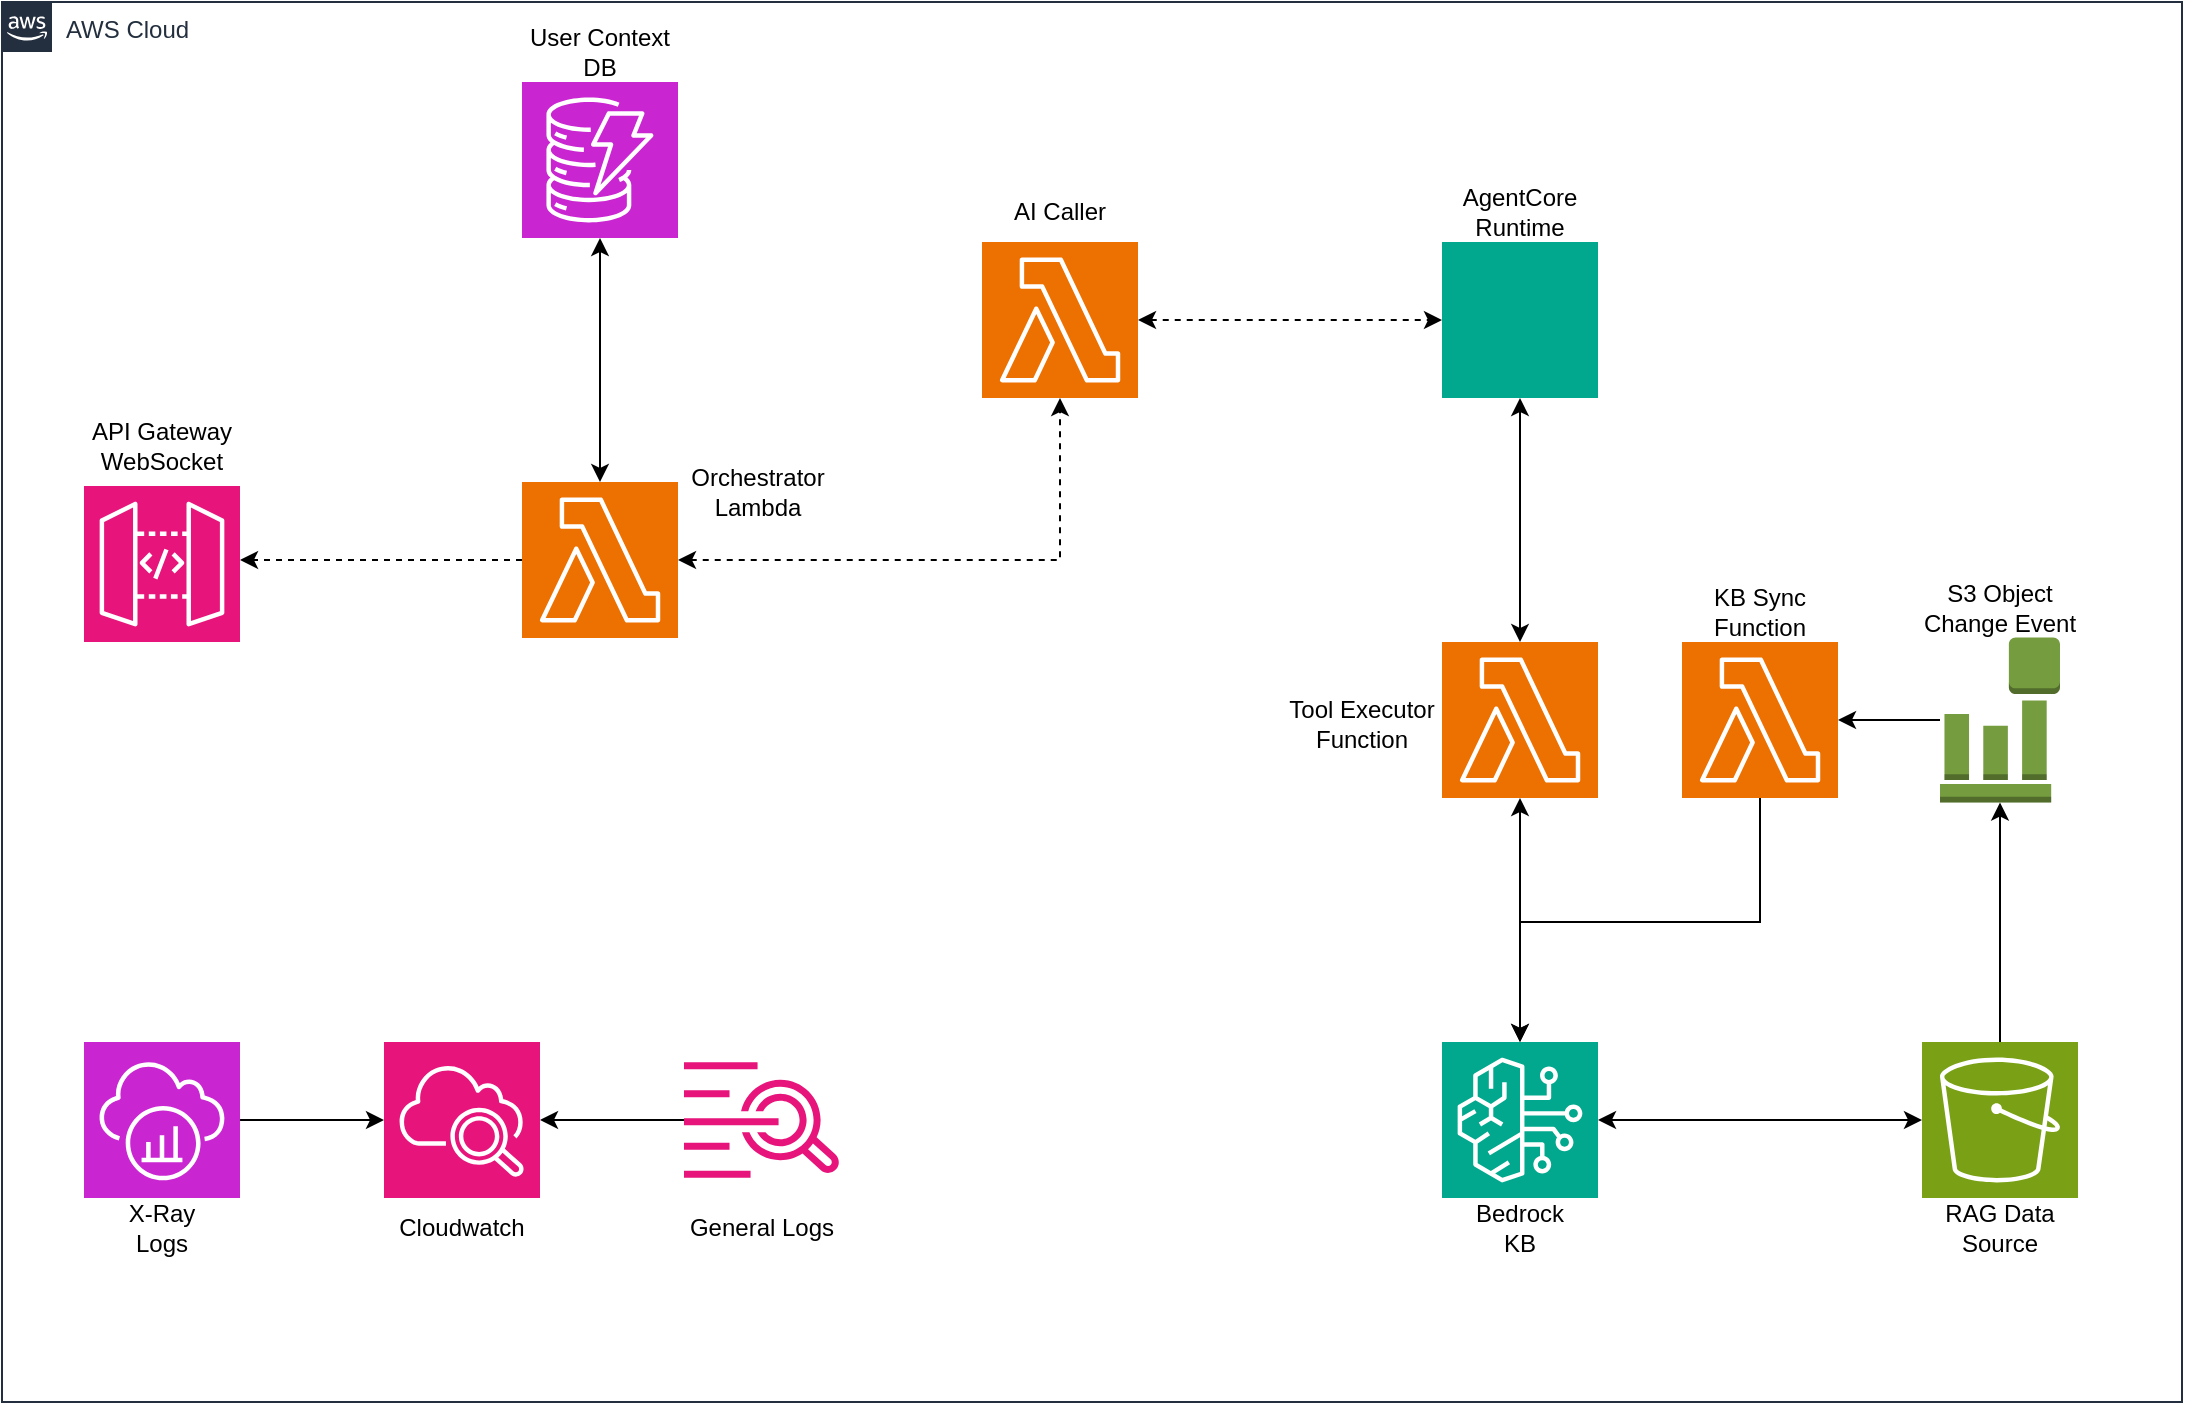
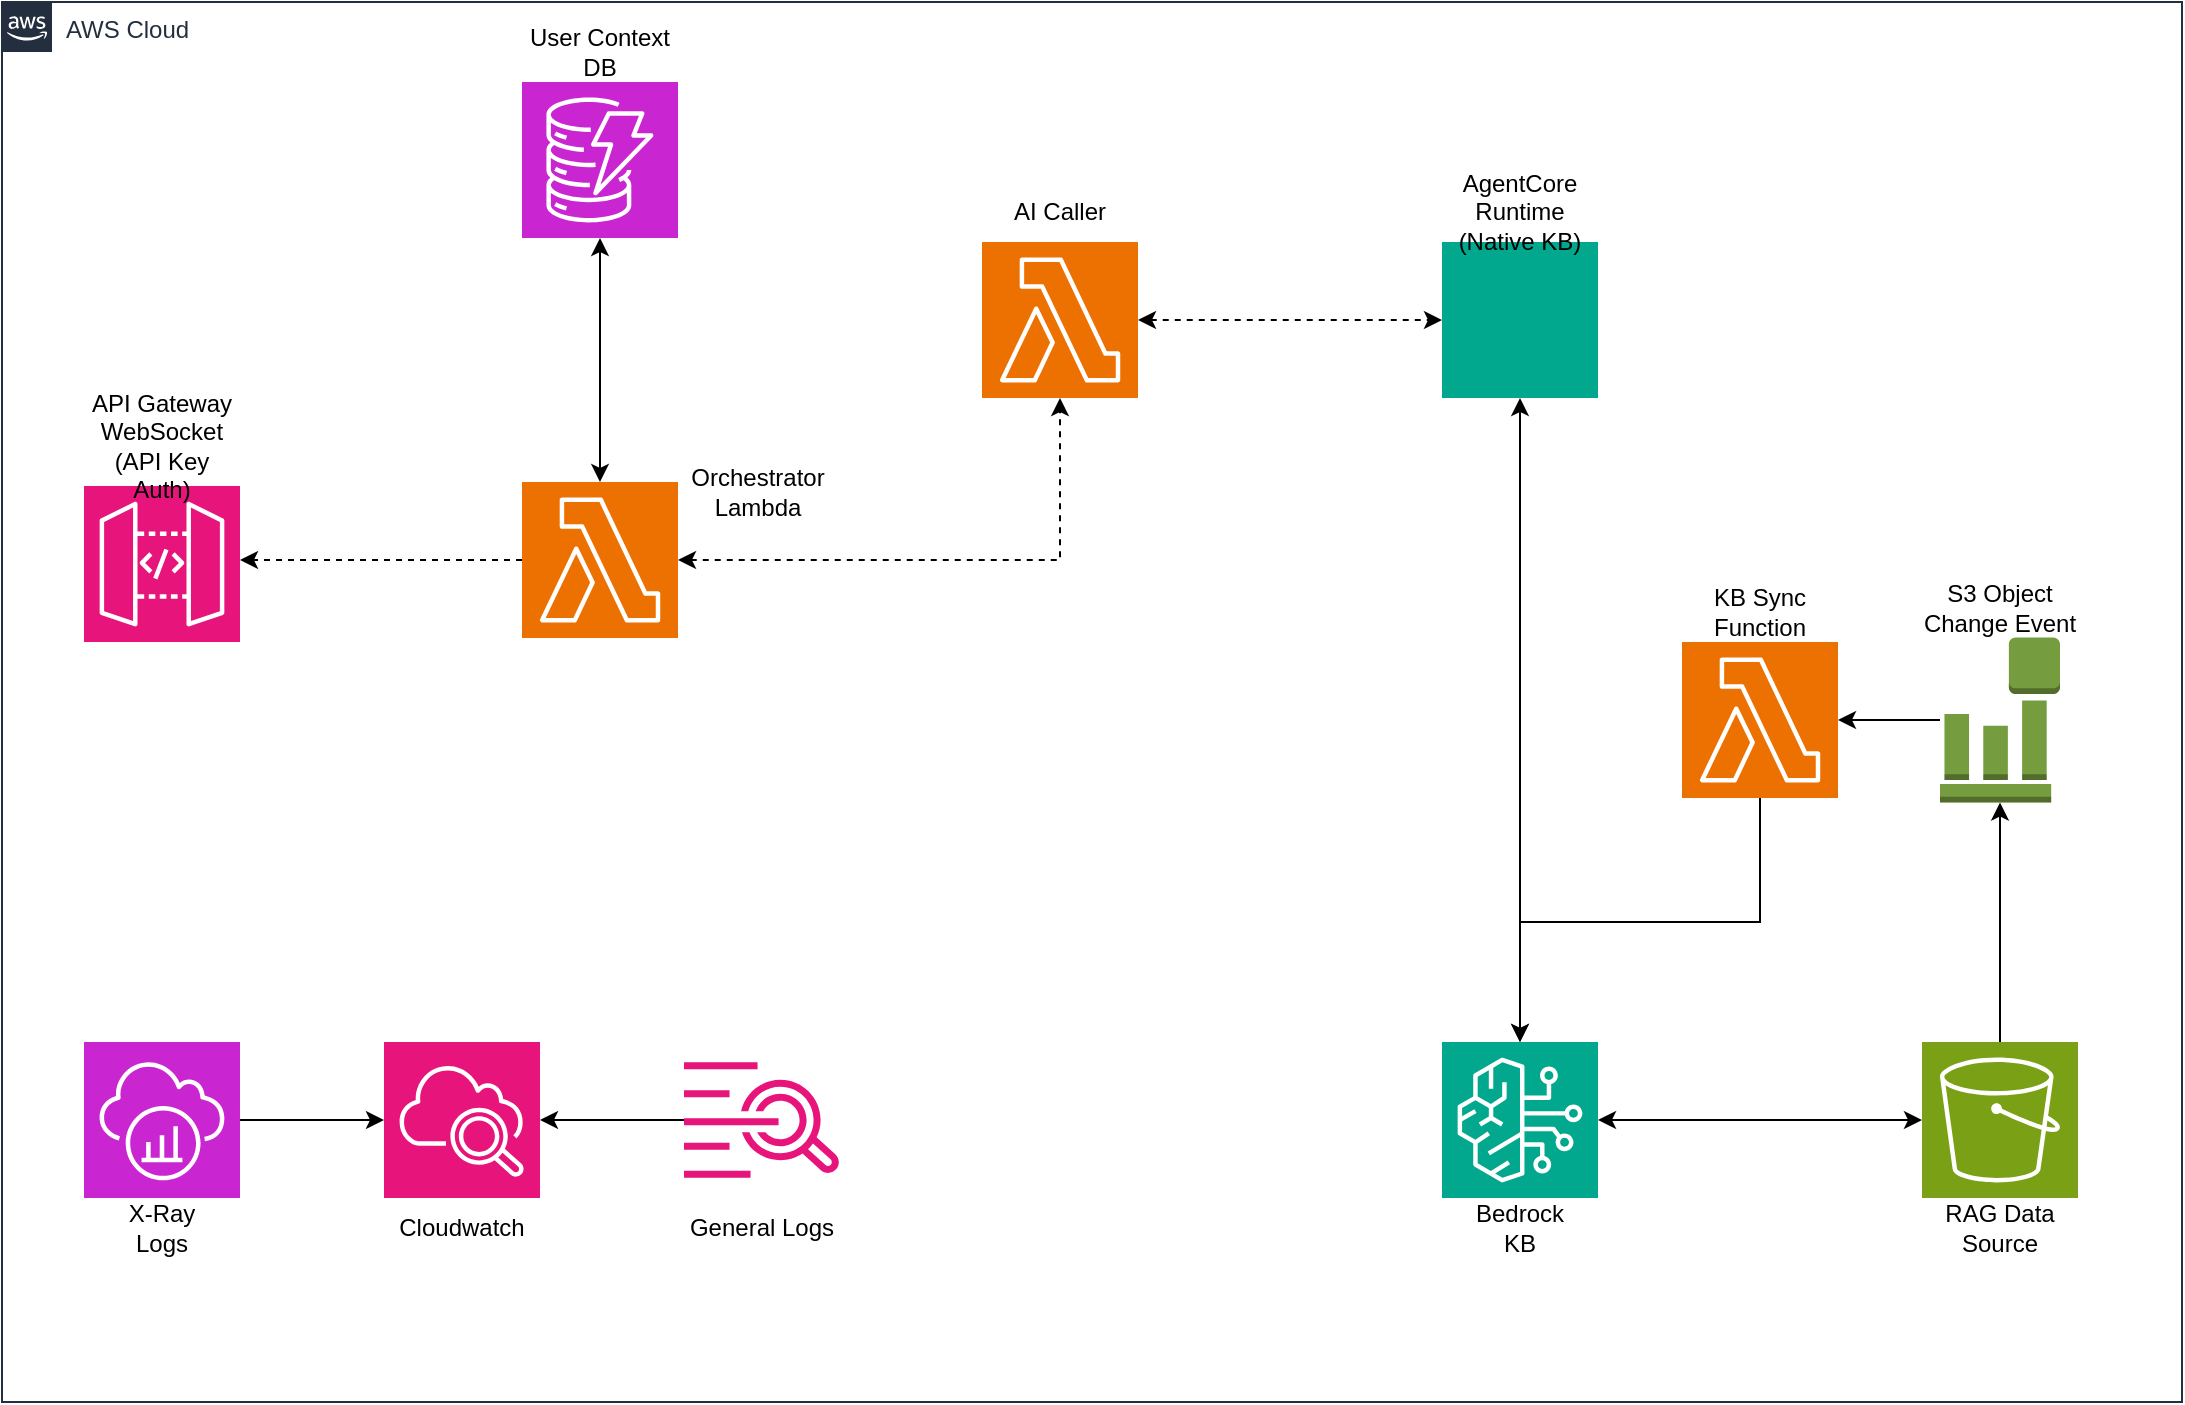
<mxfile host="Electron">
  <diagram name="Página-1" id="agentcore-ws-streaming">
    <mxGraphModel dx="2553" dy="1069" grid="1" gridSize="10" guides="1" tooltips="1" connect="1" arrows="1" fold="1" page="1" pageScale="1" pageWidth="827" pageHeight="1169" math="0" shadow="0">
      <root>
        <mxCell id="0" />
        <mxCell id="1" parent="0" />
        <mxCell id="aws-cloud" parent="1" style="points=[[0,0],[0.25,0],[0.5,0],[0.75,0],[1,0],[1,0.25],[1,0.5],[1,0.75],[1,1],[0.75,1],[0.5,1],[0.25,1],[0,1],[0,0.75],[0,0.5],[0,0.25]];outlineConnect=0;gradientColor=none;html=1;whiteSpace=wrap;fontSize=12;fontStyle=0;container=0;pointerEvents=0;collapsible=0;recursiveResize=0;shape=mxgraph.aws4.group;grIcon=mxgraph.aws4.group_aws_cloud_alt;strokeColor=#232F3E;fillColor=none;verticalAlign=top;align=left;spacingLeft=30;fontColor=#232F3E;dashed=0;" value="AWS Cloud" vertex="1">
          <mxGeometry height="700" width="1090" x="360" y="160" as="geometry" />
        </mxCell>
        <mxCell id="apigw" parent="1" style="sketch=0;points=[[0,0,0],[0.25,0,0],[0.5,0,0],[0.75,0,0],[1,0,0],[0,1,0],[0.25,1,0],[0.5,1,0],[0.75,1,0],[1,1,0],[0,0.25,0],[0,0.5,0],[0,0.75,0],[1,0.25,0],[1,0.5,0],[1,0.75,0]];outlineConnect=0;fontColor=#232F3E;fillColor=#E7157B;strokeColor=#ffffff;dashed=0;verticalLabelPosition=bottom;verticalAlign=top;align=center;html=1;fontSize=12;fontStyle=0;aspect=fixed;shape=mxgraph.aws4.resourceIcon;resIcon=mxgraph.aws4.api_gateway;" value="" vertex="1">
          <mxGeometry height="78" width="78" x="401" y="402" as="geometry" />
        </mxCell>
-         <mxCell id="apigw-label" parent="1" style="text;html=1;whiteSpace=wrap;strokeColor=none;fillColor=none;align=center;verticalAlign=middle;rounded=0;" value="API Gateway WebSocket" vertex="1">
+         <mxCell id="apigw-label" parent="1" style="text;html=1;whiteSpace=wrap;strokeColor=none;fillColor=none;align=center;verticalAlign=middle;rounded=0;" value="API Gateway WebSocket&#xa;(API Key Auth)" vertex="1">
          <mxGeometry height="40" width="80" x="400" y="362" as="geometry" />
        </mxCell>
        <mxCell id="orchestrator" parent="1" style="sketch=0;points=[[0,0,0],[0.25,0,0],[0.5,0,0],[0.75,0,0],[1,0,0],[0,1,0],[0.25,1,0],[0.5,1,0],[0.75,1,0],[1,1,0],[0,0.25,0],[0,0.5,0],[0,0.75,0],[1,0.25,0],[1,0.5,0],[1,0.75,0]];outlineConnect=0;fontColor=#232F3E;fillColor=#ED7100;strokeColor=#ffffff;dashed=0;verticalLabelPosition=bottom;verticalAlign=top;align=center;html=1;fontSize=12;fontStyle=0;aspect=fixed;shape=mxgraph.aws4.resourceIcon;resIcon=mxgraph.aws4.lambda;" value="" vertex="1">
          <mxGeometry height="78" width="78" x="620" y="400" as="geometry" />
        </mxCell>
        <mxCell id="orchestrator-label" parent="1" style="text;html=1;whiteSpace=wrap;strokeColor=none;fillColor=none;align=center;verticalAlign=middle;rounded=0;" value="Orchestrator Lambda" vertex="1">
          <mxGeometry height="30" width="80" x="698" y="390" as="geometry" />
        </mxCell>
        <mxCell id="ai-caller" parent="1" style="sketch=0;points=[[0,0,0],[0.25,0,0],[0.5,0,0],[0.75,0,0],[1,0,0],[0,1,0],[0.25,1,0],[0.5,1,0],[0.75,1,0],[1,1,0],[0,0.25,0],[0,0.5,0],[0,0.75,0],[1,0.25,0],[1,0.5,0],[1,0.75,0]];outlineConnect=0;fontColor=#232F3E;fillColor=#ED7100;strokeColor=#ffffff;dashed=0;verticalLabelPosition=bottom;verticalAlign=top;align=center;html=1;fontSize=12;fontStyle=0;aspect=fixed;shape=mxgraph.aws4.resourceIcon;resIcon=mxgraph.aws4.lambda;" value="" vertex="1">
          <mxGeometry height="78" width="78" x="850" y="280" as="geometry" />
        </mxCell>
        <mxCell id="ai-caller-label" parent="1" style="text;html=1;whiteSpace=wrap;strokeColor=none;fillColor=none;align=center;verticalAlign=middle;rounded=0;" value="AI Caller" vertex="1">
          <mxGeometry height="30" width="60" x="859" y="250" as="geometry" />
        </mxCell>
        <mxCell id="agentcore" parent="1" style="sketch=0;points=[[0,0,0],[0.25,0,0],[0.5,0,0],[0.75,0,0],[1,0,0],[0,1,0],[0.25,1,0],[0.5,1,0],[0.75,1,0],[1,1,0],[0,0.25,0],[0,0.5,0],[0,0.75,0],[1,0.25,0],[1,0.5,0],[1,0.75,0]];outlineConnect=0;fontColor=#232F3E;fillColor=#01A88D;strokeColor=#ffffff;dashed=0;verticalLabelPosition=bottom;verticalAlign=top;align=center;html=1;fontSize=12;fontStyle=0;aspect=fixed;shape=mxgraph.aws4.resourceIcon;resIcon=mxgraph.aws4.bedrock_agentcore;" value="" vertex="1">
          <mxGeometry height="78" width="78" x="1080" y="280" as="geometry" />
        </mxCell>
-         <mxCell id="agentcore-label" parent="1" style="text;html=1;whiteSpace=wrap;strokeColor=none;fillColor=none;align=center;verticalAlign=middle;rounded=0;" value="AgentCore Runtime" vertex="1">
+         <mxCell id="agentcore-label" parent="1" style="text;html=1;whiteSpace=wrap;strokeColor=none;fillColor=none;align=center;verticalAlign=middle;rounded=0;" value="AgentCore Runtime&#xa;(Native KB)" vertex="1">
          <mxGeometry height="30" width="80" x="1079" y="250" as="geometry" />
        </mxCell>
-         <mxCell id="tool-executor" parent="1" style="sketch=0;points=[[0,0,0],[0.25,0,0],[0.5,0,0],[0.75,0,0],[1,0,0],[0,1,0],[0.25,1,0],[0.5,1,0],[0.75,1,0],[1,1,0],[0,0.25,0],[0,0.5,0],[0,0.75,0],[1,0.25,0],[1,0.5,0],[1,0.75,0]];outlineConnect=0;fontColor=#232F3E;fillColor=#ED7100;strokeColor=#ffffff;dashed=0;verticalLabelPosition=bottom;verticalAlign=top;align=center;html=1;fontSize=12;fontStyle=0;aspect=fixed;shape=mxgraph.aws4.resourceIcon;resIcon=mxgraph.aws4.lambda;" value="" vertex="1">
-           <mxGeometry height="78" width="78" x="1080" y="480" as="geometry" />
-         </mxCell>
-         <mxCell id="tool-executor-label" parent="1" style="text;html=1;whiteSpace=wrap;strokeColor=none;fillColor=none;align=center;verticalAlign=middle;rounded=0;" value="Tool Executor Function" vertex="1">
-           <mxGeometry height="40" width="80" x="1000" y="501.25" as="geometry" />
-         </mxCell>
+ 
        <mxCell id="dynamo-context" parent="1" style="sketch=0;points=[[0,0,0],[0.25,0,0],[0.5,0,0],[0.75,0,0],[1,0,0],[0,1,0],[0.25,1,0],[0.5,1,0],[0.75,1,0],[1,1,0],[0,0.25,0],[0,0.5,0],[0,0.75,0],[1,0.25,0],[1,0.5,0],[1,0.75,0]];outlineConnect=0;fontColor=#232F3E;fillColor=#C925D1;strokeColor=#ffffff;dashed=0;verticalLabelPosition=bottom;verticalAlign=top;align=center;html=1;fontSize=12;fontStyle=0;aspect=fixed;shape=mxgraph.aws4.resourceIcon;resIcon=mxgraph.aws4.dynamodb;" value="" vertex="1">
          <mxGeometry height="78" width="78" x="620" y="200" as="geometry" />
        </mxCell>
        <mxCell id="dynamo-context-label" parent="1" style="text;html=1;whiteSpace=wrap;strokeColor=none;fillColor=none;align=center;verticalAlign=middle;rounded=0;" value="User Context DB" vertex="1">
          <mxGeometry height="30" width="80" x="619" y="170" as="geometry" />
        </mxCell>
        <mxCell id="bedrock-kb" parent="1" style="sketch=0;points=[[0,0,0],[0.25,0,0],[0.5,0,0],[0.75,0,0],[1,0,0],[0,1,0],[0.25,1,0],[0.5,1,0],[0.75,1,0],[1,1,0],[0,0.25,0],[0,0.5,0],[0,0.75,0],[1,0.25,0],[1,0.5,0],[1,0.75,0]];outlineConnect=0;fontColor=#232F3E;fillColor=#01A88D;strokeColor=#ffffff;dashed=0;verticalLabelPosition=bottom;verticalAlign=top;align=center;html=1;fontSize=12;fontStyle=0;aspect=fixed;shape=mxgraph.aws4.resourceIcon;resIcon=mxgraph.aws4.bedrock;" value="" vertex="1">
          <mxGeometry height="78" width="78" x="1080" y="680" as="geometry" />
        </mxCell>
        <mxCell id="bedrock-kb-label" parent="1" style="text;html=1;whiteSpace=wrap;strokeColor=none;fillColor=none;align=center;verticalAlign=middle;rounded=0;" value="Bedrock KB" vertex="1">
          <mxGeometry height="30" width="60" x="1089" y="758" as="geometry" />
        </mxCell>
        <mxCell id="s3-rag" parent="1" style="sketch=0;points=[[0,0,0],[0.25,0,0],[0.5,0,0],[0.75,0,0],[1,0,0],[0,1,0],[0.25,1,0],[0.5,1,0],[0.75,1,0],[1,1,0],[0,0.25,0],[0,0.5,0],[0,0.75,0],[1,0.25,0],[1,0.5,0],[1,0.75,0]];outlineConnect=0;fontColor=#232F3E;fillColor=#7AA116;strokeColor=#ffffff;dashed=0;verticalLabelPosition=bottom;verticalAlign=top;align=center;html=1;fontSize=12;fontStyle=0;aspect=fixed;shape=mxgraph.aws4.resourceIcon;resIcon=mxgraph.aws4.s3;" value="" vertex="1">
          <mxGeometry height="78" width="78" x="1320" y="680" as="geometry" />
        </mxCell>
        <mxCell id="s3-rag-label" parent="1" style="text;html=1;whiteSpace=wrap;strokeColor=none;fillColor=none;align=center;verticalAlign=middle;rounded=0;" value="RAG Data Source" vertex="1">
          <mxGeometry height="30" width="80" x="1319" y="758" as="geometry" />
        </mxCell>
        <mxCell id="s3-event" parent="1" style="outlineConnect=0;dashed=0;verticalLabelPosition=bottom;verticalAlign=top;align=center;html=1;shape=mxgraph.aws3.event_event_based;fillColor=#759C3E;gradientColor=none;" value="" vertex="1">
          <mxGeometry height="82.5" width="60" x="1329" y="477.75" as="geometry" />
        </mxCell>
        <mxCell id="s3-event-label" parent="1" style="text;html=1;whiteSpace=wrap;strokeColor=none;fillColor=none;align=center;verticalAlign=middle;rounded=0;" value="S3 Object Change Event" vertex="1">
          <mxGeometry height="30" width="80" x="1319" y="448" as="geometry" />
        </mxCell>
        <mxCell id="kb-sync" parent="1" style="sketch=0;points=[[0,0,0],[0.25,0,0],[0.5,0,0],[0.75,0,0],[1,0,0],[0,1,0],[0.25,1,0],[0.5,1,0],[0.75,1,0],[1,1,0],[0,0.25,0],[0,0.5,0],[0,0.75,0],[1,0.25,0],[1,0.5,0],[1,0.75,0]];outlineConnect=0;fontColor=#232F3E;fillColor=#ED7100;strokeColor=#ffffff;dashed=0;verticalLabelPosition=bottom;verticalAlign=top;align=center;html=1;fontSize=12;fontStyle=0;aspect=fixed;shape=mxgraph.aws4.resourceIcon;resIcon=mxgraph.aws4.lambda;" value="" vertex="1">
          <mxGeometry height="78" width="78" x="1200" y="480" as="geometry" />
        </mxCell>
        <mxCell id="kb-sync-label" parent="1" style="text;html=1;whiteSpace=wrap;strokeColor=none;fillColor=none;align=center;verticalAlign=middle;rounded=0;" value="KB Sync Function" vertex="1">
          <mxGeometry height="30" width="80" x="1199" y="450" as="geometry" />
        </mxCell>
        <mxCell id="cloudwatch" parent="1" style="sketch=0;points=[[0,0,0],[0.25,0,0],[0.5,0,0],[0.75,0,0],[1,0,0],[0,1,0],[0.25,1,0],[0.5,1,0],[0.75,1,0],[1,1,0],[0,0.25,0],[0,0.5,0],[0,0.75,0],[1,0.25,0],[1,0.5,0],[1,0.75,0]];outlineConnect=0;fontColor=#232F3E;fillColor=#E7157B;strokeColor=#ffffff;dashed=0;verticalLabelPosition=bottom;verticalAlign=top;align=center;html=1;fontSize=12;fontStyle=0;aspect=fixed;shape=mxgraph.aws4.resourceIcon;resIcon=mxgraph.aws4.cloudwatch_2;" value="" vertex="1">
          <mxGeometry height="78" width="78" x="551" y="680" as="geometry" />
        </mxCell>
        <mxCell id="cloudwatch-label" parent="1" style="text;html=1;whiteSpace=wrap;strokeColor=none;fillColor=none;align=center;verticalAlign=middle;rounded=0;" value="Cloudwatch" vertex="1">
          <mxGeometry height="30" width="72" x="554" y="758" as="geometry" />
        </mxCell>
        <mxCell id="xray" parent="1" style="sketch=0;points=[[0,0,0],[0.25,0,0],[0.5,0,0],[0.75,0,0],[1,0,0],[0,1,0],[0.25,1,0],[0.5,1,0],[0.75,1,0],[1,1,0],[0,0.25,0],[0,0.5,0],[0,0.75,0],[1,0.25,0],[1,0.5,0],[1,0.75,0]];outlineConnect=0;fontColor=#232F3E;fillColor=#C925D1;strokeColor=#ffffff;dashed=0;verticalLabelPosition=bottom;verticalAlign=top;align=center;html=1;fontSize=12;fontStyle=0;aspect=fixed;shape=mxgraph.aws4.resourceIcon;resIcon=mxgraph.aws4.xray;" value="" vertex="1">
          <mxGeometry height="78" width="78" x="401" y="680" as="geometry" />
        </mxCell>
        <mxCell id="xray-label" parent="1" style="text;html=1;whiteSpace=wrap;strokeColor=none;fillColor=none;align=center;verticalAlign=middle;rounded=0;" value="X-Ray Logs" vertex="1">
          <mxGeometry height="30" width="60" x="410" y="758" as="geometry" />
        </mxCell>
        <mxCell id="cw-logs" parent="1" style="sketch=0;outlineConnect=0;fontColor=#232F3E;gradientColor=none;fillColor=#E7157B;strokeColor=none;dashed=0;verticalLabelPosition=bottom;verticalAlign=top;align=center;html=1;fontSize=12;fontStyle=0;aspect=fixed;pointerEvents=1;shape=mxgraph.aws4.cloudwatch_logs;" value="" vertex="1">
          <mxGeometry height="58" width="78" x="701" y="690" as="geometry" />
        </mxCell>
        <mxCell id="cw-logs-label" parent="1" style="text;html=1;whiteSpace=wrap;strokeColor=none;fillColor=none;align=center;verticalAlign=middle;rounded=0;" value="General Logs" vertex="1">
          <mxGeometry height="30" width="80" x="700" y="758" as="geometry" />
        </mxCell>
        <mxCell id="e4" edge="1" parent="1" source="orchestrator" style="edgeStyle=orthogonalEdgeStyle;rounded=0;orthogonalLoop=1;jettySize=auto;html=1;startArrow=classic;startFill=1;dashed=1;" target="ai-caller">
          <mxGeometry relative="1" as="geometry" />
        </mxCell>
        <mxCell id="e5" edge="1" parent="1" source="ai-caller" style="edgeStyle=orthogonalEdgeStyle;rounded=0;orthogonalLoop=1;jettySize=auto;html=1;startArrow=classic;startFill=1;dashed=1;" target="agentcore">
          <mxGeometry relative="1" as="geometry" />
        </mxCell>
-         <mxCell id="e6" edge="1" parent="1" source="agentcore" style="edgeStyle=orthogonalEdgeStyle;rounded=0;orthogonalLoop=1;jettySize=auto;html=1;startArrow=classic;startFill=1;" target="tool-executor">
-           <mxGeometry relative="1" as="geometry" />
-         </mxCell>
-         <mxCell id="e7" edge="1" parent="1" source="tool-executor" style="edgeStyle=orthogonalEdgeStyle;rounded=0;orthogonalLoop=1;jettySize=auto;html=1;startArrow=classic;startFill=1;" target="bedrock-kb">
+         <mxCell id="e6" edge="1" parent="1" source="agentcore" style="edgeStyle=orthogonalEdgeStyle;rounded=0;orthogonalLoop=1;jettySize=auto;html=1;startArrow=classic;startFill=1;" target="bedrock-kb">
          <mxGeometry relative="1" as="geometry" />
        </mxCell>
        <mxCell id="e8" edge="1" parent="1" source="bedrock-kb" style="edgeStyle=orthogonalEdgeStyle;rounded=0;orthogonalLoop=1;jettySize=auto;html=1;startArrow=classic;startFill=1;" target="s3-rag">
          <mxGeometry relative="1" as="geometry" />
        </mxCell>
        <mxCell id="e9" edge="1" parent="1" source="s3-event" style="edgeStyle=orthogonalEdgeStyle;rounded=0;orthogonalLoop=1;jettySize=auto;html=1;" target="kb-sync">
          <mxGeometry relative="1" as="geometry" />
        </mxCell>
        <mxCell id="e10" edge="1" parent="1" source="kb-sync" style="edgeStyle=orthogonalEdgeStyle;rounded=0;orthogonalLoop=1;jettySize=auto;html=1;" target="bedrock-kb">
          <mxGeometry relative="1" as="geometry">
            <Array as="points">
              <mxPoint x="1239" y="620" />
              <mxPoint x="1119" y="620" />
            </Array>
          </mxGeometry>
        </mxCell>
        <mxCell id="e11" edge="1" parent="1" source="s3-rag" style="edgeStyle=orthogonalEdgeStyle;rounded=0;orthogonalLoop=1;jettySize=auto;html=1;" target="s3-event">
          <mxGeometry relative="1" as="geometry" />
        </mxCell>
        <mxCell id="e12" edge="1" parent="1" source="orchestrator" style="edgeStyle=orthogonalEdgeStyle;rounded=0;orthogonalLoop=1;jettySize=auto;html=1;startArrow=classic;startFill=1;" target="dynamo-context">
          <mxGeometry relative="1" as="geometry" />
        </mxCell>
        <mxCell id="e14" edge="1" parent="1" source="orchestrator" style="edgeStyle=orthogonalEdgeStyle;rounded=0;orthogonalLoop=1;jettySize=auto;html=1;dashed=1;" target="apigw">
          <mxGeometry relative="1" as="geometry">
            <Array as="points">
              <mxPoint x="450" y="439" />
              <mxPoint x="450" y="439" />
            </Array>
          </mxGeometry>
        </mxCell>
        <mxCell id="e17" edge="1" parent="1" source="xray" style="edgeStyle=orthogonalEdgeStyle;rounded=0;orthogonalLoop=1;jettySize=auto;html=1;" target="cloudwatch">
          <mxGeometry relative="1" as="geometry" />
        </mxCell>
        <mxCell id="e18" edge="1" parent="1" source="cw-logs" style="edgeStyle=orthogonalEdgeStyle;rounded=0;orthogonalLoop=1;jettySize=auto;html=1;" target="cloudwatch">
          <mxGeometry relative="1" as="geometry" />
        </mxCell>
      </root>
    </mxGraphModel>
  </diagram>
</mxfile>
